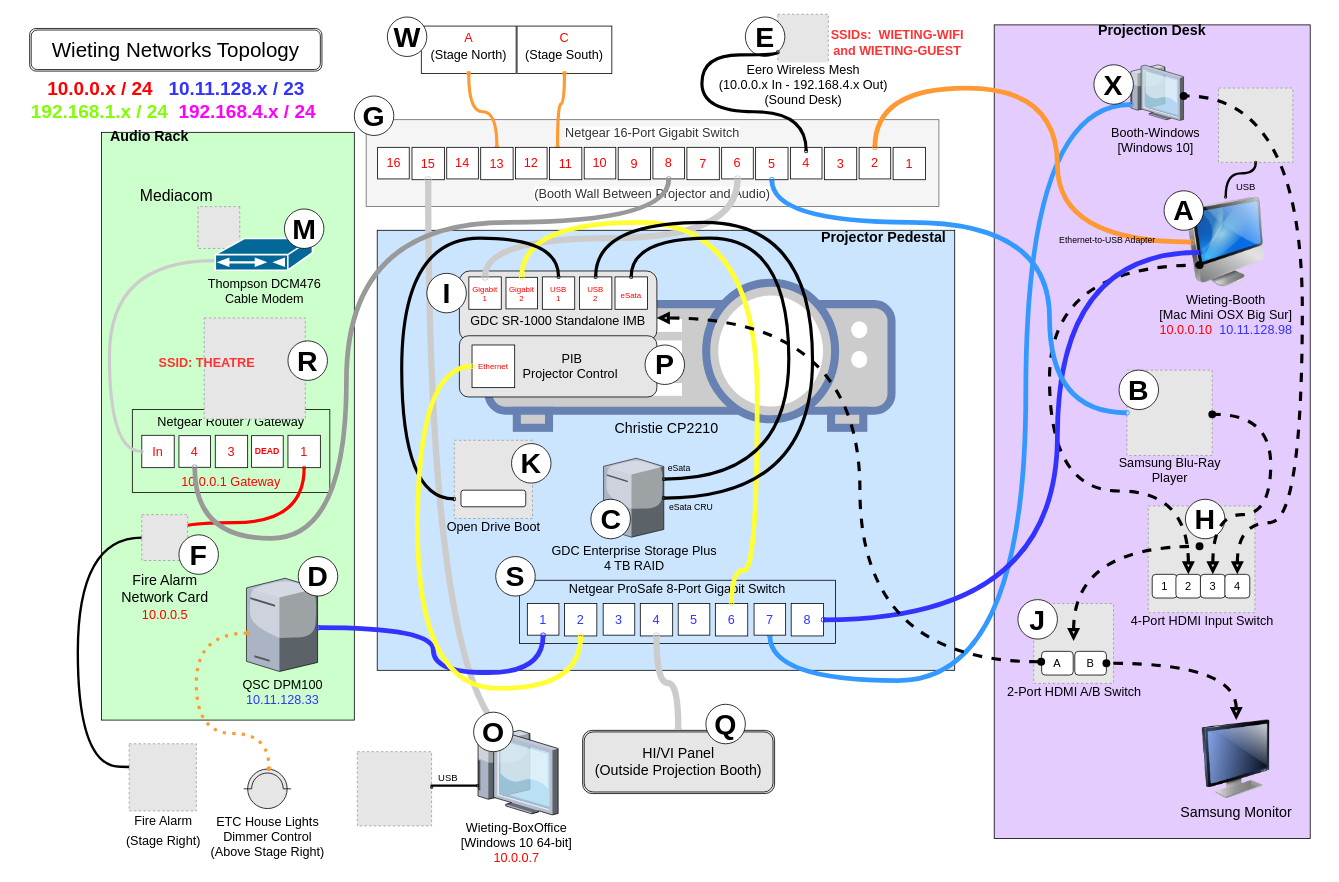
The draw.io diagram site/static/Wieting-Networks-Topology-2021.drawio in SummittDweller/wieting-one-click-hugo-cms, before the edit. Source tidied: cells renumbered, new cells numbered last; positions are measured from the earlier drawing's top-left corner, leaving out a move shared by most shapes. Both pictures are drawn from the tidied source at 79%, with x=0, y=0 at pixel (13, 13). Pictures stored in the file or linked from it are replaced by grey dashed boxes.
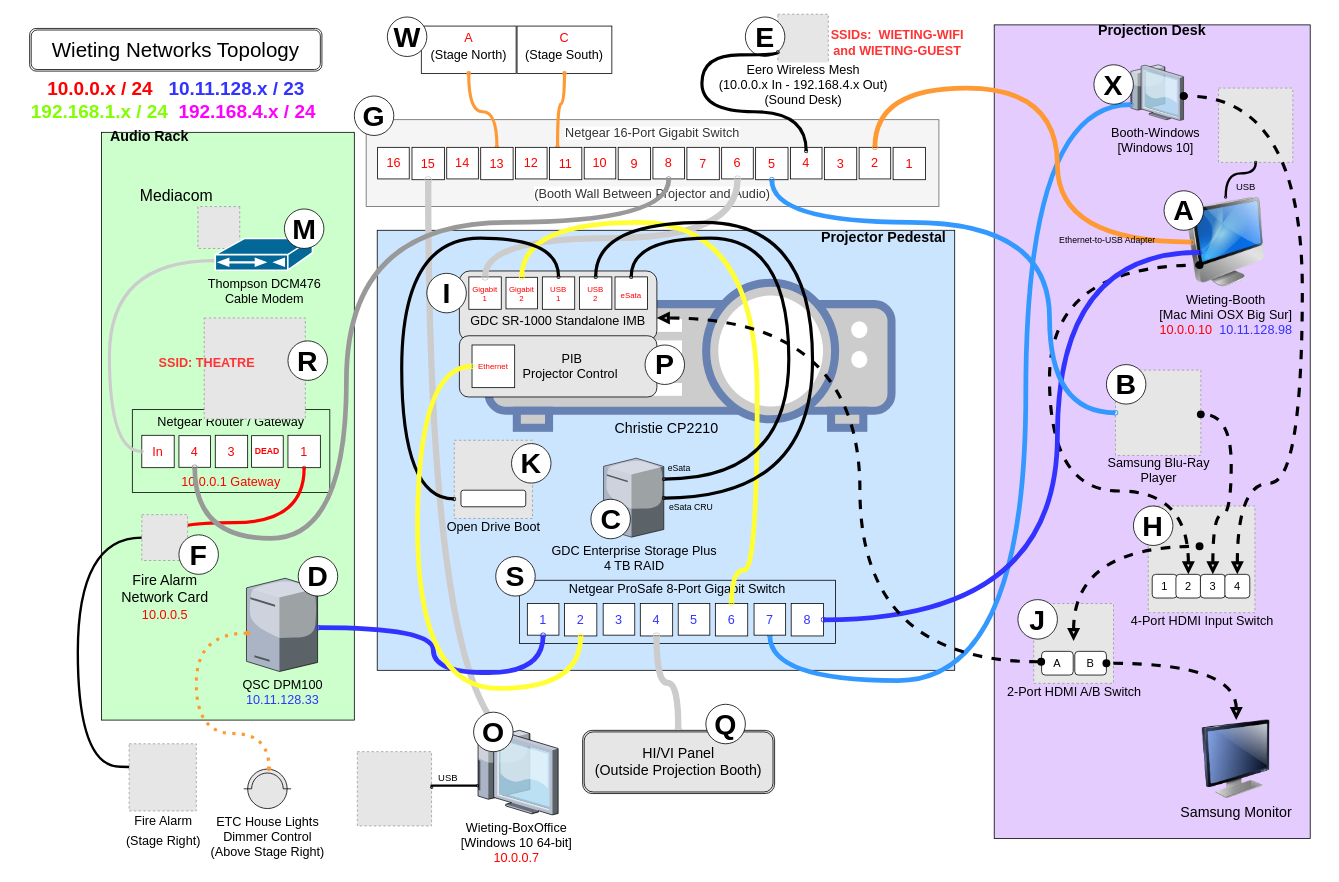
Above is the later version.

Unchanged cells that the change refers to:
```xml
<mxCell id="136" value="3" style="rounded=1;whiteSpace=wrap;html=1;fontSize=14;" parent="1" vertex="1">
  <mxGeometry x="1502" y="709.5" width="31.5" height="30" as="geometry" />
</mxCell>
<mxCell id="137" value="4" style="rounded=1;whiteSpace=wrap;html=1;fontSize=14;" parent="1" vertex="1">
  <mxGeometry x="1533" y="709.5" width="31.5" height="30" as="geometry" />
</mxCell>
```

Change to the diagram source:
```diff
@@
     <mxCell id="62" value="Samsung Blu-Ray&lt;br&gt;Player" style="fillColor=#E6E6E6;strokeColor=#999999;dashed=1;html=1;verticalAlign=top;verticalLabelPosition=bottom;labelBackgroundColor=none;fontSize=16;spacing=0;spacingTop=-5;" parent="1" vertex="1">
-      <mxGeometry x="1409" y="451" width="108" height="108" as="geometry" />
+      <mxGeometry x="1394.5" y="451" width="108" height="108" as="geometry" />
     </mxCell>
@@
     <mxCell id="77" value="&lt;font style=&quot;font-size: 36px&quot;&gt;&lt;b&gt;B&lt;/b&gt;&lt;/font&gt;" style="ellipse;whiteSpace=wrap;html=1;" parent="1" vertex="1">
-      <mxGeometry x="1399" y="451" width="50" height="50" as="geometry" />
+      <mxGeometry x="1383" y="444" width="50" height="50" as="geometry" />
     </mxCell>
@@
     <mxCell id="83" value="&lt;font style=&quot;font-size: 36px&quot;&gt;&lt;b&gt;H&lt;/b&gt;&lt;/font&gt;" style="ellipse;whiteSpace=wrap;html=1;" parent="1" vertex="1">
-      <mxGeometry x="1483" y="614.5" width="50" height="50" as="geometry" />
+      <mxGeometry x="1417.2" y="623" width="50" height="50" as="geometry" />
     </mxCell>
@@
     <mxCell id="138" style="edgeStyle=orthogonalEdgeStyle;curved=1;rounded=0;html=1;exitX=0.5;exitY=0;startArrow=block;startFill=0;endArrow=oval;endFill=1;jettySize=auto;strokeColor=#000000;strokeWidth=4;fontSize=26;fontColor=#FF0000;exitDx=0;exitDy=0;dashed=1;" parent="1" edge="1" source="136" target="62">
       <mxGeometry relative="1" as="geometry">
         <Array as="points">
           <mxPoint x="1518" y="634" />
-          <mxPoint x="1591" y="634" />
-          <mxPoint x="1591" y="507" />
+          <mxPoint x="1541" y="634" />
+          <mxPoint x="1541" y="507" />
         </Array>
       </mxGeometry>
     </mxCell>
-    <mxCell id="139" style="edgeStyle=orthogonalEdgeStyle;curved=1;rounded=0;html=1;exitX=0.5;exitY=0;startArrow=block;startFill=0;endArrow=oval;endFill=1;jettySize=auto;strokeColor=#000000;strokeWidth=4;fontSize=26;fontColor=#FF0000;exitDx=0;exitDy=0;dashed=1;" parent="1" edge="1" source="137">
+    <mxCell id="139" style="rounded=0;html=1;startArrow=block;startFill=0;endArrow=oval;endFill=1;jettySize=auto;strokeColor=#000000;strokeWidth=4;fontSize=26;fontColor=#FF0000;dashed=1;elbow=vertical;edgeStyle=orthogonalEdgeStyle;curved=1;exitX=0.5;exitY=0;exitDx=0;exitDy=0;" parent="1" edge="1" source="137">
       <mxGeometry relative="1" as="geometry">
         <mxPoint x="1480.8" y="104" as="targetPoint" />
         <Array as="points">
-          <mxPoint x="1549" y="644" />
-          <mxPoint x="1631" y="644" />
+          <mxPoint x="1548" y="594" />
+          <mxPoint x="1631" y="594" />
           <mxPoint x="1631" y="104" />
         </Array>
       </mxGeometry>
     </mxCell>
```
